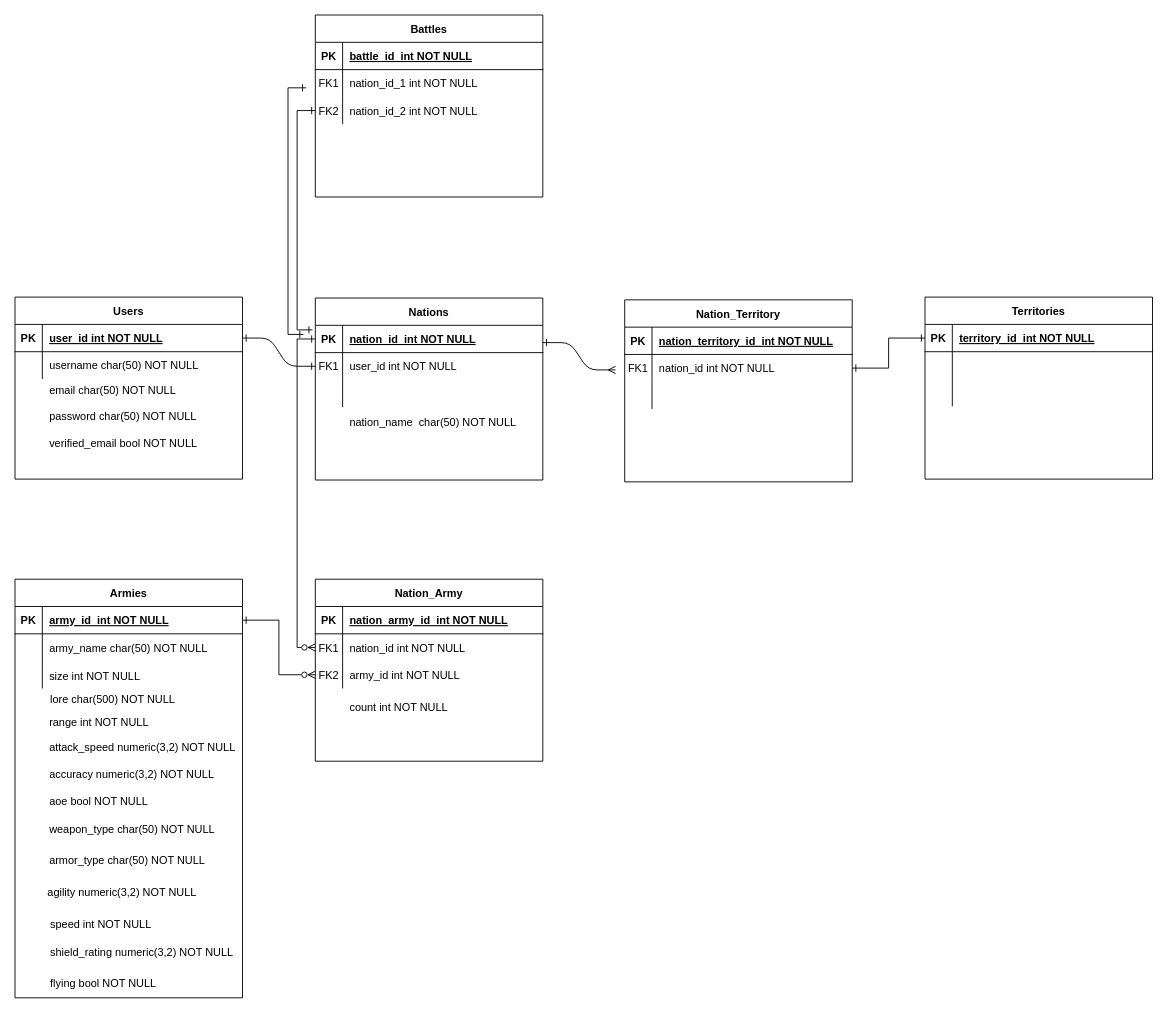
Earlier version of the draw.io diagram schema_design.drawio (Brysonmk1984/aa-server). Source tidied: cells renumbered, new cells numbered last; positions are measured from the earlier drawing's top-left corner, leaving out a move shared by most shapes. Both pictures are drawn from the tidied source at 91%, with x=0, y=0 at pixel (15, 15).
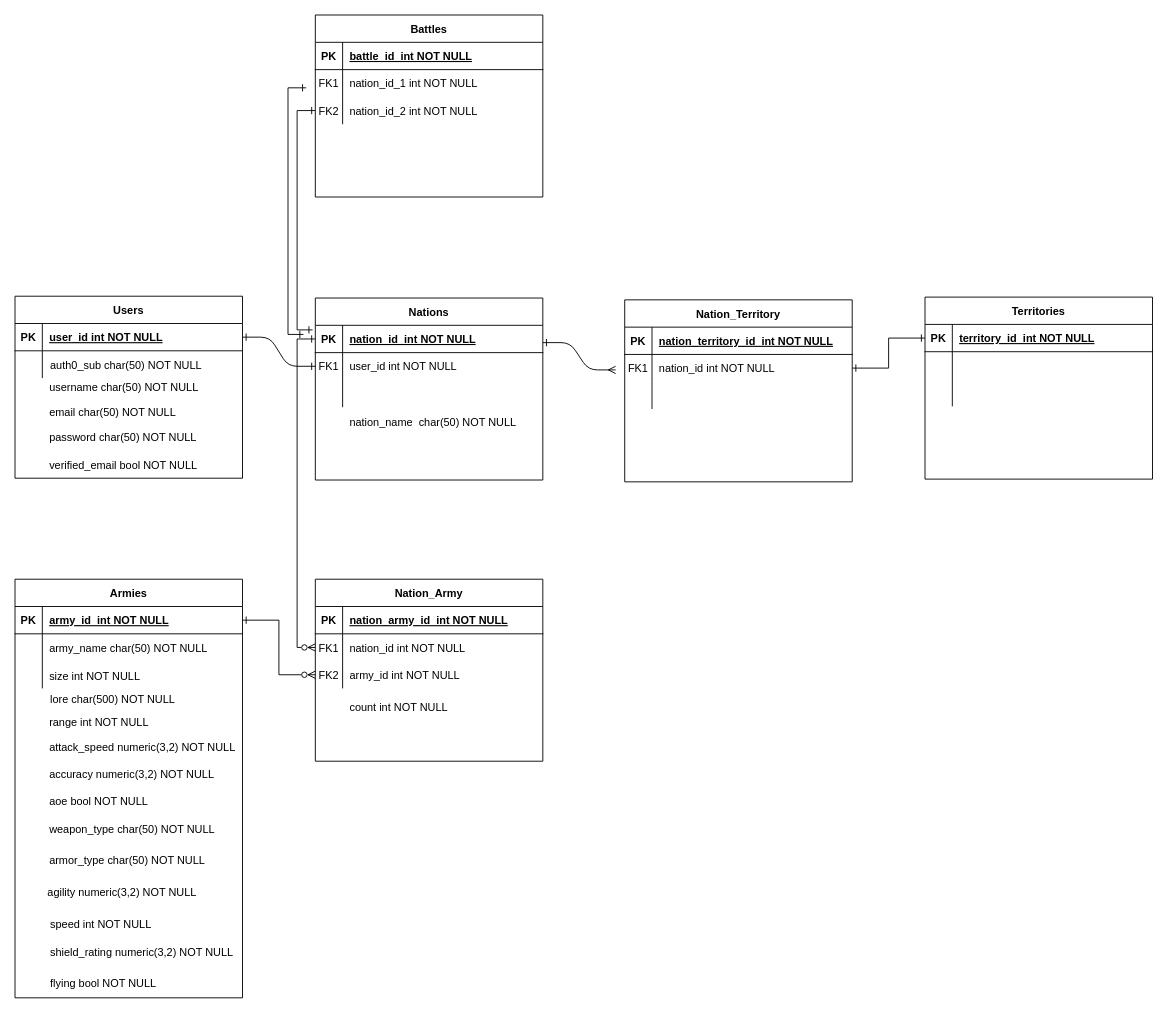
Above is the later version.

Unchanged cells that the change refers to:
```xml
<mxCell id="17" style="shape=partialRectangle;fillColor=none;top=0;left=0;right=0;bottom=0;" parent="13" vertex="1">
  <mxGeometry y="60" width="250" height="30" as="geometry" />
</mxCell>
```

Change to the diagram source:
```diff
@@
     <mxCell id="13" value="Users" style="shape=table;startSize=30;childLayout=tableLayout;rowLines=0;fontStyle=1;align=center;" parent="1" vertex="1">
-      <mxGeometry y="310" width="250" height="200" as="geometry" />
+      <mxGeometry y="309" width="250" height="200" as="geometry" />
     </mxCell>
@@
-    <mxCell id="19" value="username char(50) NOT NULL" style="shape=partialRectangle;overflow=hidden;fillColor=none;top=0;left=0;bottom=0;right=0;align=left;spacingLeft=6;" parent="17" vertex="1">
+    <mxCell id="19" style="shape=partialRectangle;overflow=hidden;fillColor=none;top=0;left=0;bottom=0;right=0;align=left;spacingLeft=6;" parent="17" vertex="1">
       <mxGeometry x="30" width="220" height="30" as="geometry" />
     </mxCell>
     <mxCell id="20" value="email char(50) NOT NULL" style="shape=partialRectangle;overflow=hidden;fillColor=none;top=0;left=0;bottom=0;right=0;align=left;spacingLeft=6;" parent="1" vertex="1">
-      <mxGeometry x="30" y="397" width="220" height="30" as="geometry" />
+      <mxGeometry x="30" y="421" width="220" height="30" as="geometry" />
     </mxCell>
     <mxCell id="21" value="password char(50) NOT NULL" style="shape=partialRectangle;overflow=hidden;fillColor=none;top=0;left=0;bottom=0;right=0;align=left;spacingLeft=6;" parent="1" vertex="1">
-      <mxGeometry x="30" y="425" width="220" height="30" as="geometry" />
+      <mxGeometry x="30" y="449" width="220" height="30" as="geometry" />
     </mxCell>
     <mxCell id="22" value="verified_email bool NOT NULL" style="shape=partialRectangle;overflow=hidden;fillColor=none;top=0;left=0;bottom=0;right=0;align=left;spacingLeft=6;" parent="1" vertex="1">
-      <mxGeometry x="30" y="455" width="220" height="30" as="geometry" />
+      <mxGeometry x="30" y="479" width="220" height="30" as="geometry" />
     </mxCell>
@@
+    <mxCell id="96" value="username char(50) NOT NULL" style="shape=partialRectangle;overflow=hidden;fillColor=none;top=0;left=0;bottom=0;right=0;align=left;spacingLeft=6;" parent="1" vertex="1">
+      <mxGeometry x="30" y="394" width="220" height="30" as="geometry" />
+    </mxCell>
+    <mxCell id="97" value="auth0_sub char(50) NOT NULL" style="shape=partialRectangle;overflow=hidden;fillColor=none;top=0;left=0;bottom=0;right=0;align=left;spacingLeft=6;" parent="1" vertex="1">
+      <mxGeometry x="31" y="370" width="220" height="30" as="geometry" />
+    </mxCell>
```
